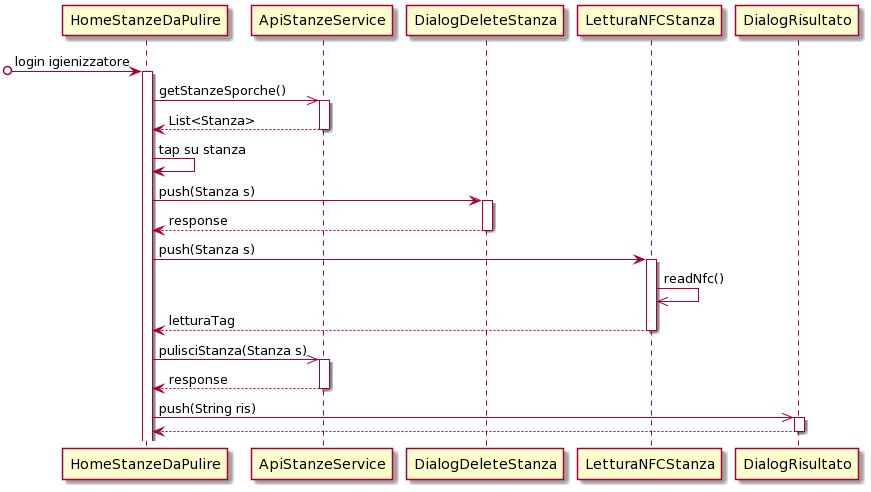
Before: manualeSviluppatore/content/6 Applicazione Mobile/6.5 Sequenza/diagramma_sequenza3.png, a diagram exported from PlantUML (Butterneck/Blockcovid).
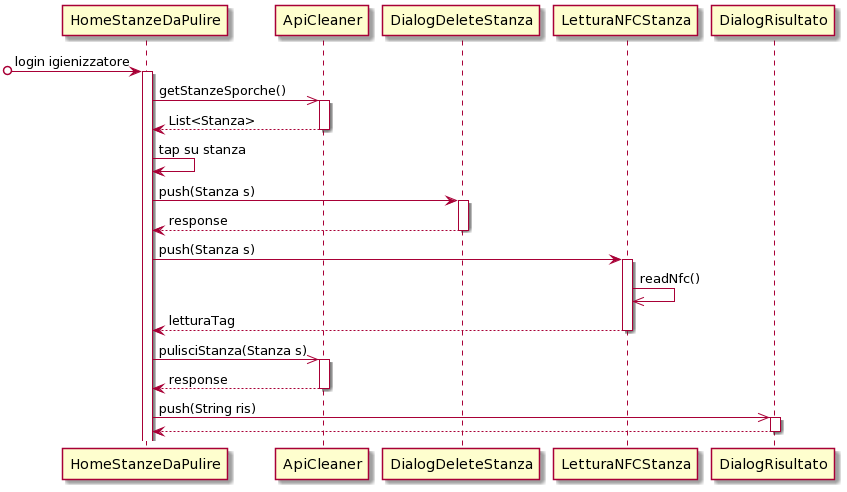
The same diagram one commit later.

What changed in the source:
```diff
@@ -2,11 +2,11 @@
 [o-> HomeStanzeDaPulire : login igienizzatore
 activate HomeStanzeDaPulire
 
-HomeStanzeDaPulire ->> ApiStanzeService: getStanzeSporche()
-activate ApiStanzeService
+HomeStanzeDaPulire ->> ApiCleaner: getStanzeSporche()
+activate ApiCleaner
 
-ApiStanzeService --> HomeStanzeDaPulire: List<Stanza>
-deactivate ApiStanzeService
+ApiCleaner--> HomeStanzeDaPulire: List<Stanza>
+deactivate ApiCleaner
 
 HomeStanzeDaPulire -> HomeStanzeDaPulire: tap su stanza
 
@@ -24,11 +24,11 @@
 LetturaNFCStanza --> HomeStanzeDaPulire: letturaTag
 deactivate LetturaNFCStanza
 
-HomeStanzeDaPulire ->> ApiStanzeService: pulisciStanza(Stanza s)
-activate ApiStanzeService
+HomeStanzeDaPulire ->> ApiCleaner: pulisciStanza(Stanza s)
+activate ApiCleaner
 
-ApiStanzeService --> HomeStanzeDaPulire: response
-deactivate ApiStanzeService
+ApiCleaner--> HomeStanzeDaPulire: response
+deactivate ApiCleaner
 
 HomeStanzeDaPulire ->> DialogRisultato: push(String ris)
 activate DialogRisultato
```
